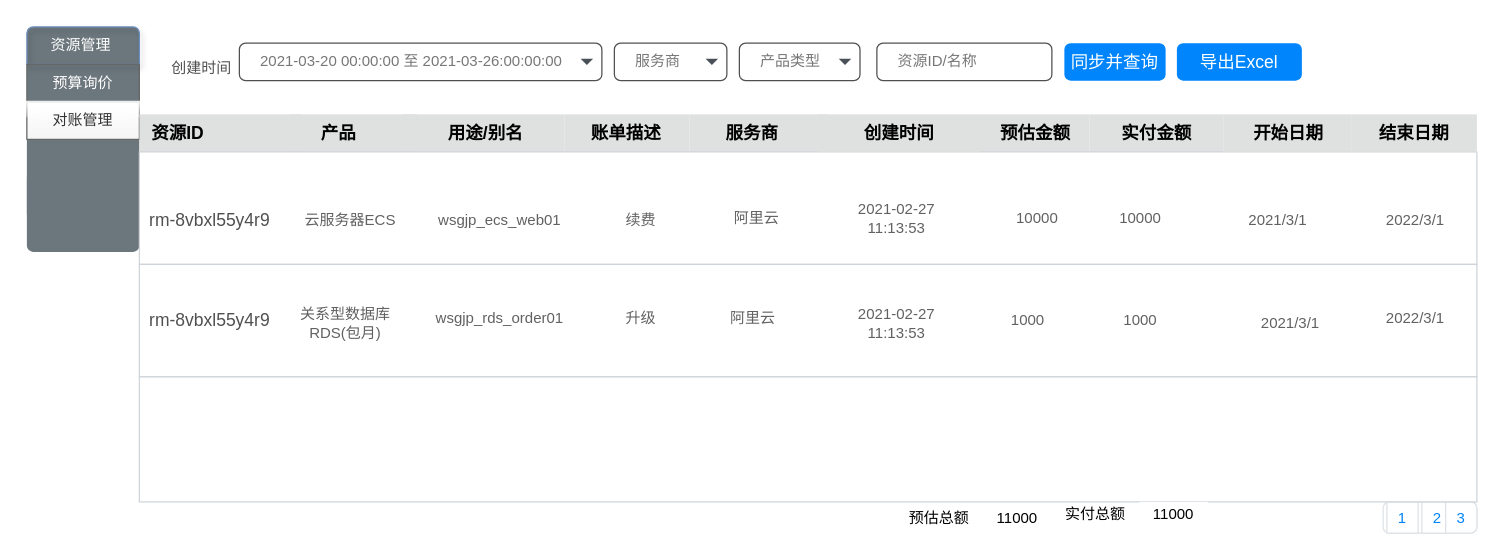
This is page "对账" (3 of 3) of 阿里云交易.drawio from mashifei/uml, a draw.io file, before an edit. Source tidied: cells renumbered, new cells numbered last; positions are measured from the earlier drawing's top-left corner, leaving out a move shared by most shapes. Both pictures are drawn from the tidied source at 125%, with x=0, y=0 at pixel (26, 26).
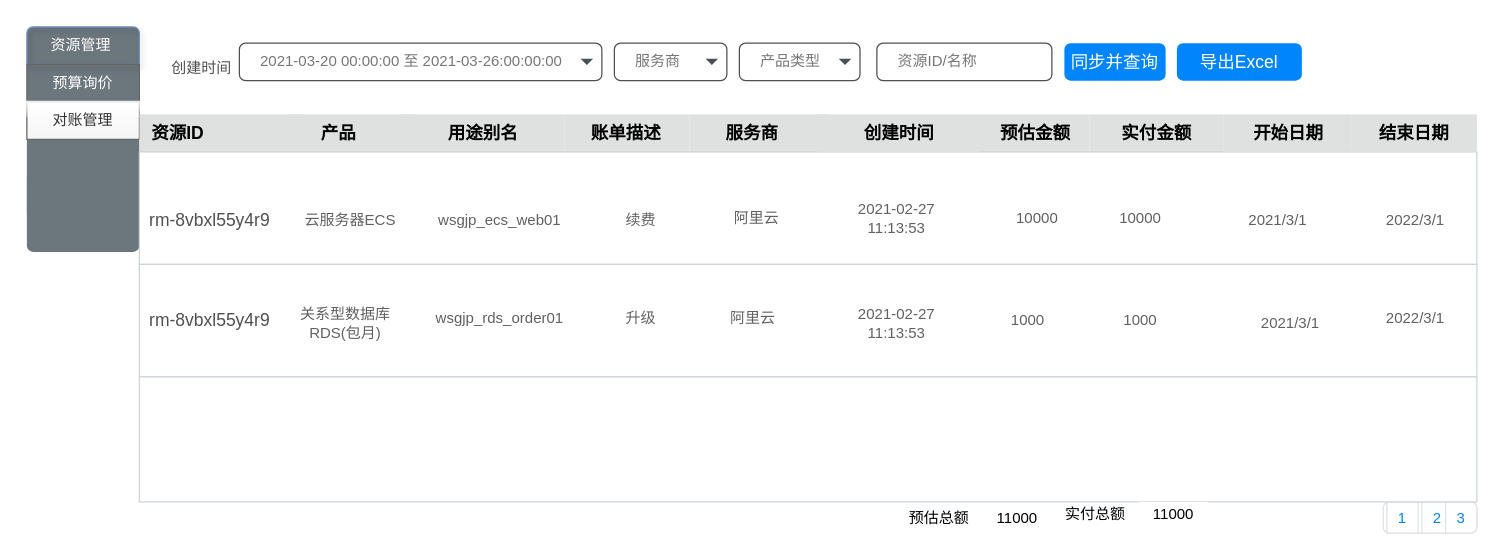
After the change.

Change to the diagram source:
```diff
@@
-    <mxCell id="9" value="&amp;nbsp; &amp;nbsp; &amp;nbsp; &amp;nbsp;用途/别名" style="rounded=0;whiteSpace=wrap;html=1;arcSize=50;strokeColor=none;strokeWidth=1;fontColor=#000000;whiteSpace=wrap;align=left;verticalAlign=middle;spacingLeft=0;fontStyle=1;fontSize=14;spacing=10;fillColor=#DFE0E0;" parent="1" vertex="1">
+    <mxCell id="9" value="&amp;nbsp; &amp;nbsp; &amp;nbsp; &amp;nbsp;用途别名" style="rounded=0;whiteSpace=wrap;html=1;arcSize=50;strokeColor=none;strokeWidth=1;fontColor=#000000;whiteSpace=wrap;align=left;verticalAlign=middle;spacingLeft=0;fontStyle=1;fontSize=14;spacing=10;fillColor=#DFE0E0;" parent="1" vertex="1">
       <mxGeometry x="300" y="70" width="130" height="30" as="geometry" />
     </mxCell>
```
